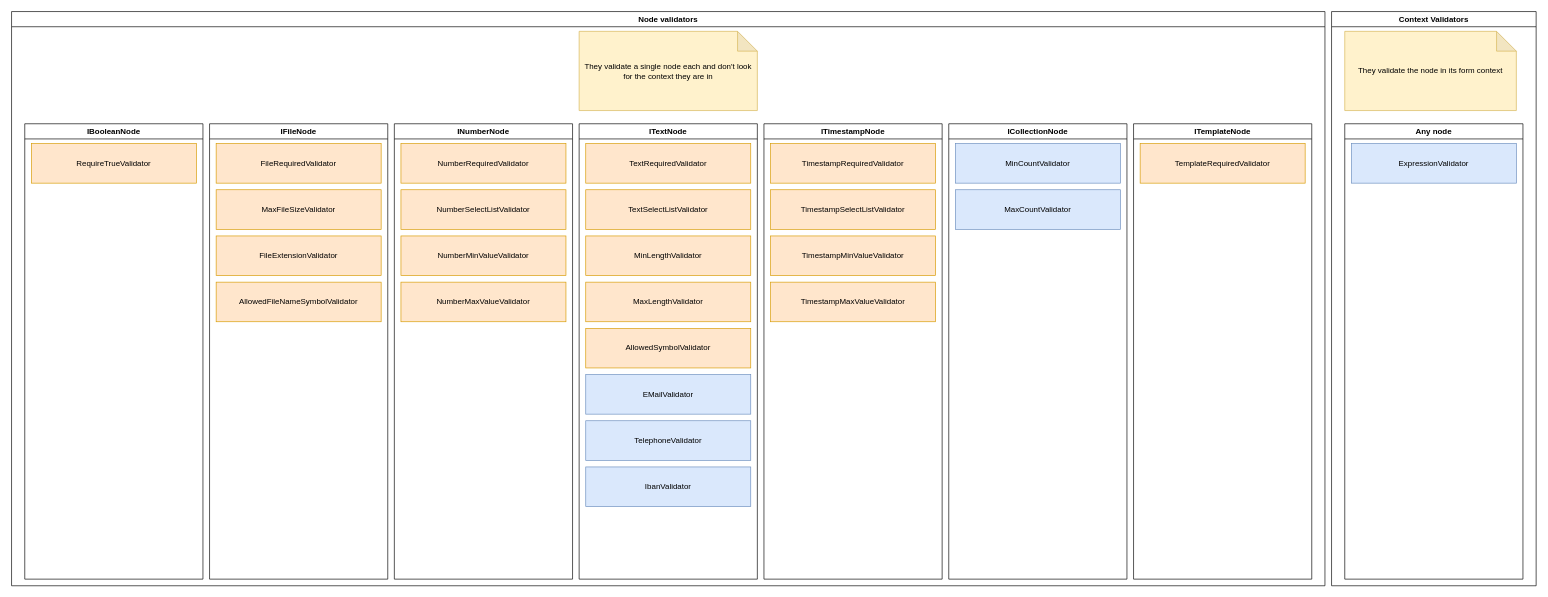
Before: doc/forms-concept/validators.drawio in RGXStorm281/common, a draw.io diagram. Source tidied: cells renumbered, new cells numbered last; positions are measured from the earlier drawing's top-left corner, leaving out a move shared by most shapes. Both pictures are drawn from the tidied source at 66%, with x=0, y=0 at pixel (11, 11).
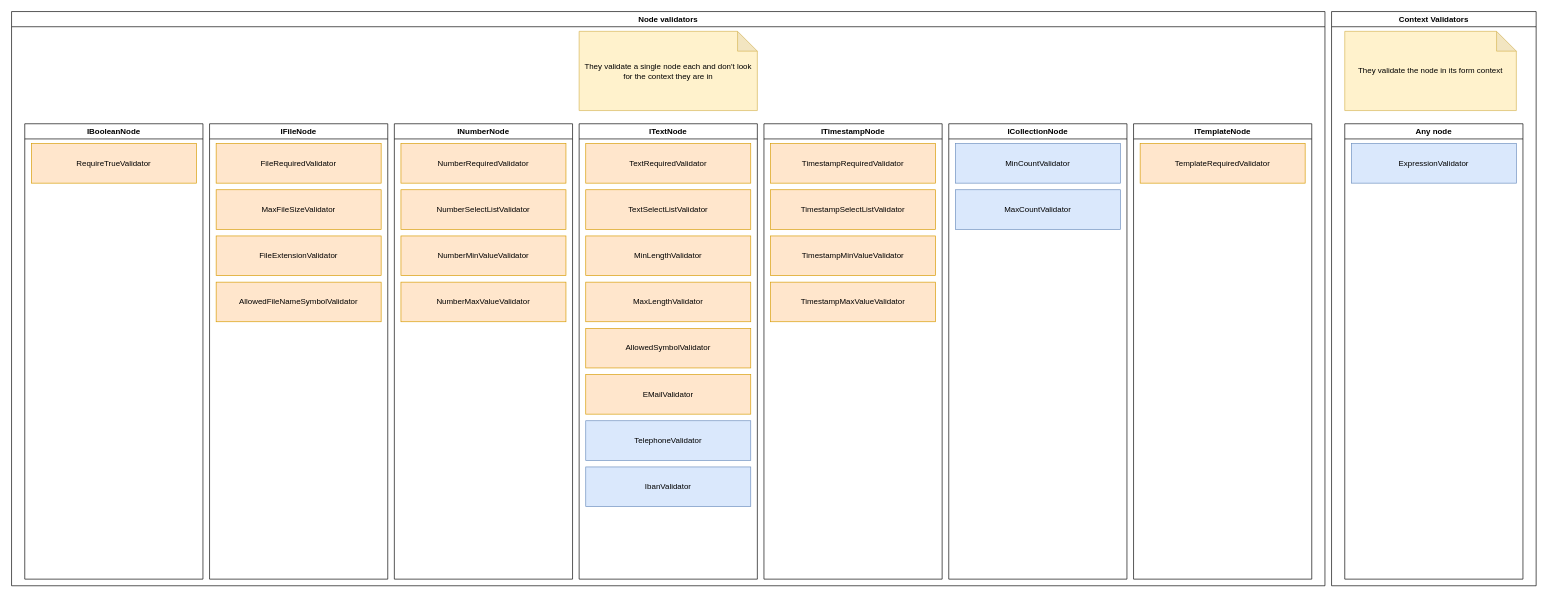
After the change.

The change refers to these unchanged cells:
```xml
<mxCell id="16" value="ITextNode" style="swimlane;whiteSpace=wrap;html=1;" parent="2" vertex="1">
  <mxGeometry x="860" y="170" width="270" height="690" as="geometry" />
</mxCell>
```

What changed in the source:
```diff
@@
-    <mxCell id="21" value="EMailValidator" style="rounded=0;whiteSpace=wrap;html=1;fillColor=#dae8fc;strokeColor=#6c8ebf;" parent="16" vertex="1">
+    <mxCell id="21" value="EMailValidator" style="rounded=0;whiteSpace=wrap;html=1;fillColor=#ffe6cc;strokeColor=#d79b00;" parent="16" vertex="1">
       <mxGeometry x="10" y="380" width="250" height="60" as="geometry" />
     </mxCell>
```
